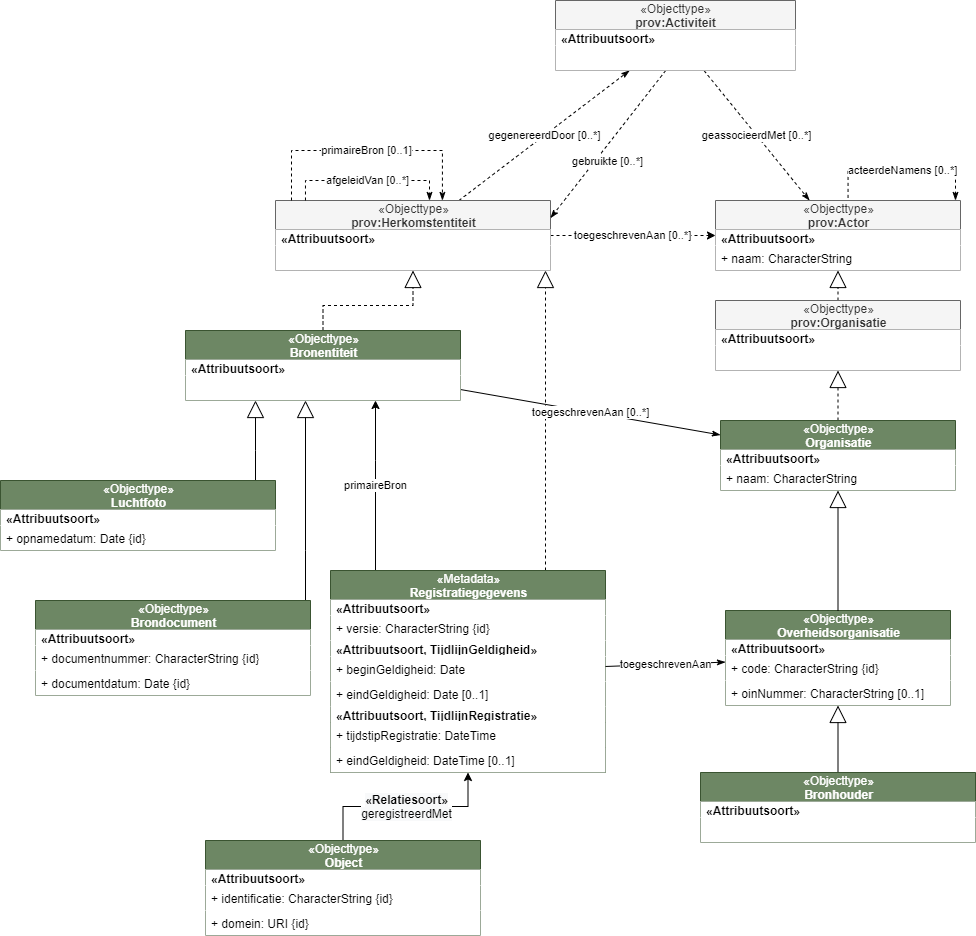
Above: media/metadata-herkomst-bron.drawio.png in Geonovum/disgeo-demo-3a (draw.io), before the change. Source tidied: cells renumbered, new cells last; positions are measured from the earlier drawing's top-left corner, leaving out a move shared by most shapes.
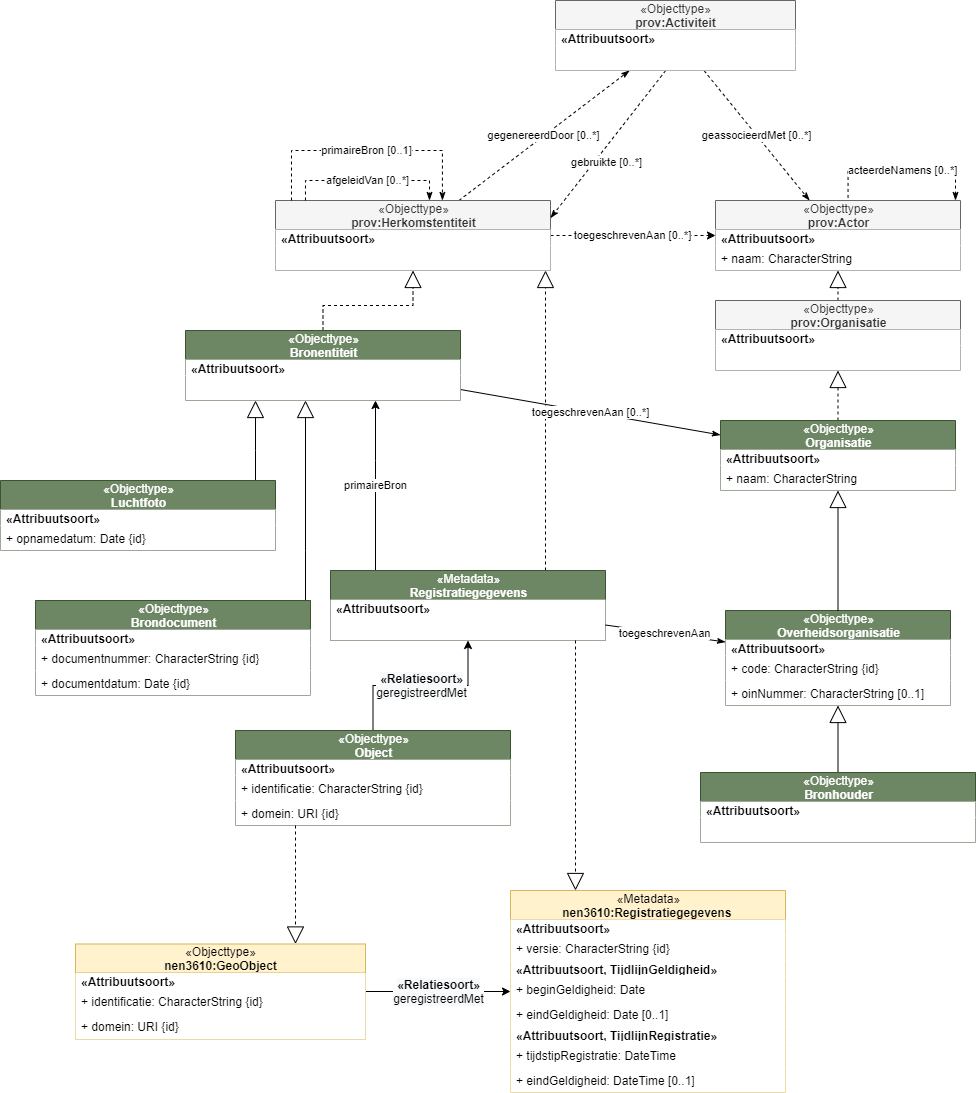
Later version of the same file.

What changed in the source:
```diff
@@ -6,7 +6,7 @@
       <mxGeometry relative="1" as="geometry" />
     </mxCell>
     <mxCell id="3" value="&lt;span style=&quot;font-weight: 400&quot;&gt;«Objecttype»&lt;/span&gt;&lt;br style=&quot;font-weight: 400&quot;&gt;Object" style="swimlane;fontStyle=1;align=center;verticalAlign=middle;horizontal=1;startSize=29;html=1;fillColor=#6d8764;strokeColor=#3A5431;fontColor=#ffffff;" parent="1" vertex="1">
-      <mxGeometry x="320" y="840" width="275" height="95" as="geometry" />
+      <mxGeometry x="350" y="730" width="275" height="95" as="geometry" />
     </mxCell>
     <mxCell id="4" value="&lt;span style=&quot;text-align: center&quot;&gt;&lt;b&gt;«Attribuutsoort»&lt;/b&gt;&lt;/span&gt;" style="text;html=1;align=left;verticalAlign=middle;spacingLeft=4;spacingRight=4;overflow=hidden;fillColor=#ffffff;" parent="3" vertex="1">
       <mxGeometry y="29" width="275" height="16" as="geometry" />
@@ -35,32 +35,14 @@
       </mxGeometry>
     </mxCell>
     <mxCell id="9" value="&lt;span style=&quot;font-weight: 400&quot;&gt;«Metadata»&lt;/span&gt;&lt;br style=&quot;font-weight: 400&quot;&gt;Registratiegegevens" style="swimlane;fontStyle=1;align=center;verticalAlign=middle;horizontal=1;startSize=29;html=1;fillColor=#6d8764;strokeColor=#3A5431;fontColor=#ffffff;" parent="1" vertex="1">
-      <mxGeometry x="445" y="570" width="275" height="202" as="geometry" />
+      <mxGeometry x="445" y="570" width="275" height="70" as="geometry" />
     </mxCell>
     <mxCell id="10" value="&lt;span style=&quot;text-align: center&quot;&gt;&lt;b&gt;«Attribuutsoort»&lt;/b&gt;&lt;/span&gt;" style="text;html=1;align=left;verticalAlign=middle;spacingLeft=4;spacingRight=4;overflow=hidden;fillColor=#ffffff;" parent="9" vertex="1">
       <mxGeometry y="29" width="275" height="16" as="geometry" />
     </mxCell>
-    <mxCell id="11" value="+ versie: CharacterString {id}" style="text;html=1;align=left;verticalAlign=middle;spacingLeft=4;spacingRight=4;overflow=hidden;fillColor=#ffffff;" parent="9" vertex="1">
+    <mxCell id="11" style="text;html=1;align=left;verticalAlign=middle;spacingLeft=4;spacingRight=4;overflow=hidden;fillColor=#ffffff;" parent="9" vertex="1">
       <mxGeometry y="45" width="275" height="25" as="geometry" />
     </mxCell>
-    <mxCell id="12" value="&lt;span style=&quot;text-align: center&quot;&gt;&lt;b&gt;«Attribuutsoort, TijdlijnGeldigheid»&lt;/b&gt;&lt;/span&gt;" style="text;html=1;align=left;verticalAlign=middle;spacingLeft=4;spacingRight=4;overflow=hidden;fillColor=#ffffff;" parent="9" vertex="1">
-      <mxGeometry y="70" width="275" height="16" as="geometry" />
-    </mxCell>
-    <mxCell id="13" value="+ beginGeldigheid: Date" style="text;html=1;align=left;verticalAlign=middle;spacingLeft=4;spacingRight=4;overflow=hidden;fillColor=#ffffff;" parent="9" vertex="1">
-      <mxGeometry y="86" width="275" height="25" as="geometry" />
-    </mxCell>
-    <mxCell id="14" value="+ eindGeldigheid: Date [0..1]" style="text;html=1;align=left;verticalAlign=middle;spacingLeft=4;spacingRight=4;overflow=hidden;fillColor=#ffffff;" parent="9" vertex="1">
-      <mxGeometry y="111" width="275" height="25" as="geometry" />
-    </mxCell>
-    <mxCell id="15" value="&lt;span style=&quot;text-align: center&quot;&gt;&lt;b&gt;«Attribuutsoort, TijdlijnRegistratie»&lt;/b&gt;&lt;/span&gt;" style="text;html=1;align=left;verticalAlign=middle;spacingLeft=4;spacingRight=4;overflow=hidden;fillColor=#ffffff;" parent="9" vertex="1">
-      <mxGeometry y="136" width="275" height="16" as="geometry" />
-    </mxCell>
-    <mxCell id="16" value="+ tijdstipRegistratie: DateTime" style="text;html=1;align=left;verticalAlign=middle;spacingLeft=4;spacingRight=4;overflow=hidden;fillColor=#ffffff;" parent="9" vertex="1">
-      <mxGeometry y="152" width="275" height="25" as="geometry" />
-    </mxCell>
-    <mxCell id="17" value="+ eindGeldigheid: DateTime [0..1]" style="text;html=1;align=left;verticalAlign=middle;spacingLeft=4;spacingRight=4;overflow=hidden;fillColor=#ffffff;" parent="9" vertex="1">
-      <mxGeometry y="177" width="275" height="25" as="geometry" />
-    </mxCell>
     <mxCell id="18" style="edgeStyle=orthogonalEdgeStyle;rounded=0;jettySize=auto;html=1;endArrow=block;endFill=0;endSize=15;dashed=1;" parent="1" edge="1" source="20" target="29">
       <mxGeometry relative="1" as="geometry" />
     </mxCell>
@@ -235,5 +217,61 @@
     <mxCell id="65" style="rounded=0;jettySize=auto;html=1;endArrow=block;endFill=0;endSize=15;" parent="1" edge="1" source="45" target="62">
       <mxGeometry relative="1" as="geometry" />
     </mxCell>
+    <mxCell id="66" value="&lt;span style=&quot;font-size: 12px ; background-color: rgb(248 , 249 , 250)&quot;&gt;&lt;b&gt;«Relatiesoort»&lt;br&gt;&lt;/b&gt;&lt;/span&gt;&lt;span style=&quot;font-size: 12px ; background-color: rgb(248 , 249 , 250)&quot;&gt;geregistreerdMet&lt;/span&gt;" style="rounded=0;jettySize=auto;html=1;" parent="1" edge="1" source="67" target="71">
+      <mxGeometry relative="1" as="geometry" />
+    </mxCell>
+    <mxCell id="67" value="&lt;span style=&quot;font-weight: 400&quot;&gt;«Objecttype»&lt;/span&gt;&lt;br style=&quot;font-weight: 400&quot;&gt;nen3610:GeoObject" style="swimlane;fontStyle=1;align=center;verticalAlign=middle;horizontal=1;startSize=29;html=1;fillColor=#fff2cc;strokeColor=#d6b656;" parent="1" vertex="1">
+      <mxGeometry x="190" y="943.5" width="290" height="95" as="geometry" />
+    </mxCell>
+    <mxCell id="68" value="&lt;span style=&quot;text-align: center&quot;&gt;&lt;b&gt;«Attribuutsoort»&lt;/b&gt;&lt;/span&gt;" style="text;html=1;align=left;verticalAlign=middle;spacingLeft=4;spacingRight=4;overflow=hidden;fillColor=#ffffff;" parent="67" vertex="1">
+      <mxGeometry y="29" width="290" height="16" as="geometry" />
+    </mxCell>
+    <mxCell id="69" value="+ identificatie: CharacterString {id}" style="text;html=1;align=left;verticalAlign=middle;spacingLeft=4;spacingRight=4;overflow=hidden;fillColor=#ffffff;" parent="67" vertex="1">
+      <mxGeometry y="45" width="290" height="25" as="geometry" />
+    </mxCell>
+    <mxCell id="70" value="+ domein: URI {id}" style="text;html=1;align=left;verticalAlign=middle;spacingLeft=4;spacingRight=4;overflow=hidden;fillColor=#ffffff;" parent="67" vertex="1">
+      <mxGeometry y="70" width="290" height="25" as="geometry" />
+    </mxCell>
+    <mxCell id="71" value="&lt;span style=&quot;font-weight: 400&quot;&gt;«Metadata»&lt;/span&gt;&lt;br style=&quot;font-weight: 400&quot;&gt;nen3610:Registratiegegevens&amp;nbsp;" style="swimlane;fontStyle=1;align=center;verticalAlign=middle;horizontal=1;startSize=29;html=1;fillColor=#fff2cc;strokeColor=#d6b656;" parent="1" vertex="1">
+      <mxGeometry x="625" y="890" width="275" height="202" as="geometry" />
+    </mxCell>
+    <mxCell id="72" value="&lt;span style=&quot;text-align: center&quot;&gt;&lt;b&gt;«Attribuutsoort»&lt;/b&gt;&lt;/span&gt;" style="text;html=1;align=left;verticalAlign=middle;spacingLeft=4;spacingRight=4;overflow=hidden;fillColor=#ffffff;" parent="71" vertex="1">
+      <mxGeometry y="29" width="275" height="16" as="geometry" />
+    </mxCell>
+    <mxCell id="73" value="+ versie: CharacterString {id}" style="text;html=1;align=left;verticalAlign=middle;spacingLeft=4;spacingRight=4;overflow=hidden;fillColor=#ffffff;" parent="71" vertex="1">
+      <mxGeometry y="45" width="275" height="25" as="geometry" />
+    </mxCell>
+    <mxCell id="12" value="&lt;span style=&quot;text-align: center&quot;&gt;&lt;b&gt;«Attribuutsoort, TijdlijnGeldigheid»&lt;/b&gt;&lt;/span&gt;" style="text;html=1;align=left;verticalAlign=middle;spacingLeft=4;spacingRight=4;overflow=hidden;fillColor=#ffffff;" parent="71" vertex="1">
+      <mxGeometry y="70" width="275" height="16" as="geometry" />
+    </mxCell>
+    <mxCell id="13" value="+ beginGeldigheid: Date" style="text;html=1;align=left;verticalAlign=middle;spacingLeft=4;spacingRight=4;overflow=hidden;fillColor=#ffffff;" parent="71" vertex="1">
+      <mxGeometry y="86" width="275" height="25" as="geometry" />
+    </mxCell>
+    <mxCell id="14" value="+ eindGeldigheid: Date [0..1]" style="text;html=1;align=left;verticalAlign=middle;spacingLeft=4;spacingRight=4;overflow=hidden;fillColor=#ffffff;" parent="71" vertex="1">
+      <mxGeometry y="111" width="275" height="25" as="geometry" />
+    </mxCell>
+    <mxCell id="15" value="&lt;span style=&quot;text-align: center&quot;&gt;&lt;b&gt;«Attribuutsoort, TijdlijnRegistratie»&lt;/b&gt;&lt;/span&gt;" style="text;html=1;align=left;verticalAlign=middle;spacingLeft=4;spacingRight=4;overflow=hidden;fillColor=#ffffff;" parent="71" vertex="1">
+      <mxGeometry y="136" width="275" height="16" as="geometry" />
+    </mxCell>
+    <mxCell id="16" value="+ tijdstipRegistratie: DateTime" style="text;html=1;align=left;verticalAlign=middle;spacingLeft=4;spacingRight=4;overflow=hidden;fillColor=#ffffff;" parent="71" vertex="1">
+      <mxGeometry y="152" width="275" height="25" as="geometry" />
+    </mxCell>
+    <mxCell id="17" value="+ eindGeldigheid: DateTime [0..1]" style="text;html=1;align=left;verticalAlign=middle;spacingLeft=4;spacingRight=4;overflow=hidden;fillColor=#ffffff;" parent="71" vertex="1">
+      <mxGeometry y="177" width="275" height="25" as="geometry" />
+    </mxCell>
+    <mxCell id="74" style="edgeStyle=elbowEdgeStyle;rounded=0;jettySize=auto;html=1;endArrow=block;endFill=0;endSize=15;dashed=1;" parent="1" edge="1" source="3" target="67">
+      <mxGeometry relative="1" as="geometry">
+        <Array as="points">
+          <mxPoint x="410" y="890" />
+        </Array>
+      </mxGeometry>
+    </mxCell>
+    <mxCell id="75" style="edgeStyle=elbowEdgeStyle;rounded=0;jettySize=auto;html=1;endArrow=block;endFill=0;endSize=15;dashed=1;" parent="1" edge="1" source="9" target="71">
+      <mxGeometry relative="1" as="geometry">
+        <Array as="points">
+          <mxPoint x="690" y="795" />
+        </Array>
+      </mxGeometry>
+    </mxCell>
   </root>
 </mxGraphModel>
```
